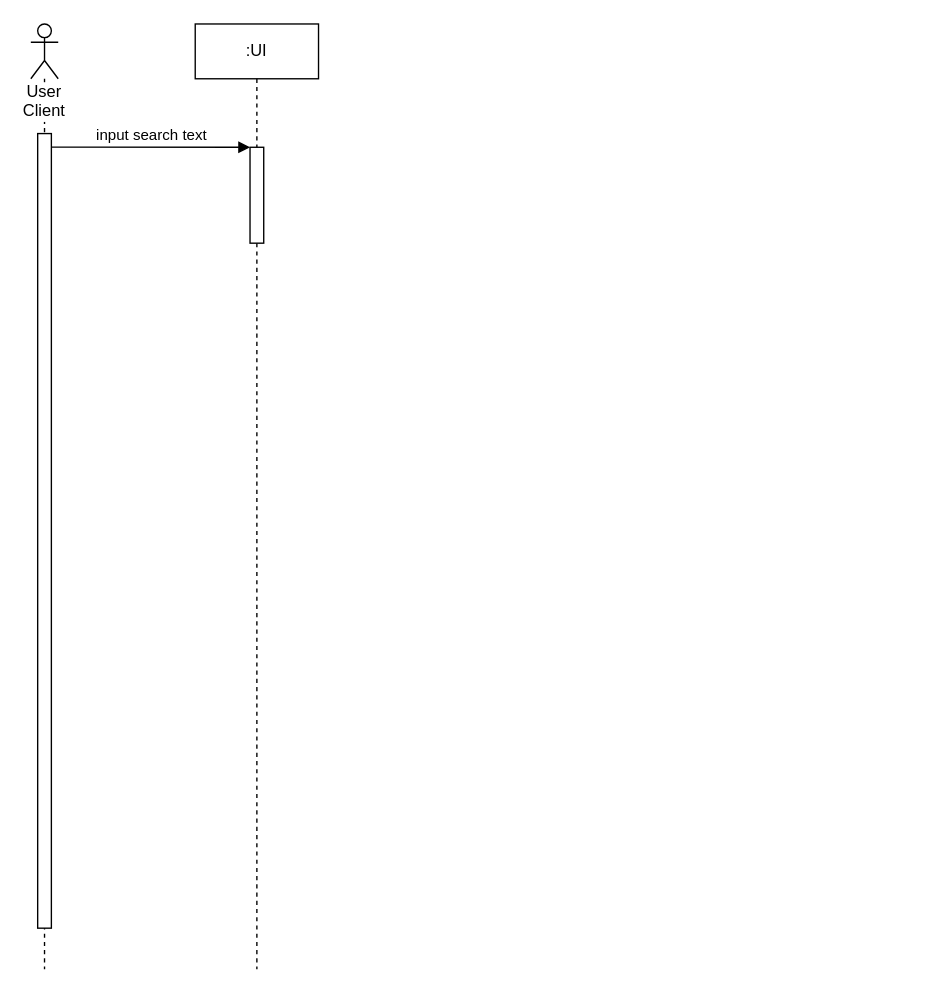
Before: cyberminer_sequence.drawio in kntnguyen94/To-Do-List-Builder, a draw.io diagram. Source tidied: cells renumbered, new cells numbered last; positions are measured from the earlier drawing's top-left corner, leaving out a move shared by most shapes. Both pictures are drawn from the tidied source at 137%, with x=0, y=0 at pixel (30, 23).
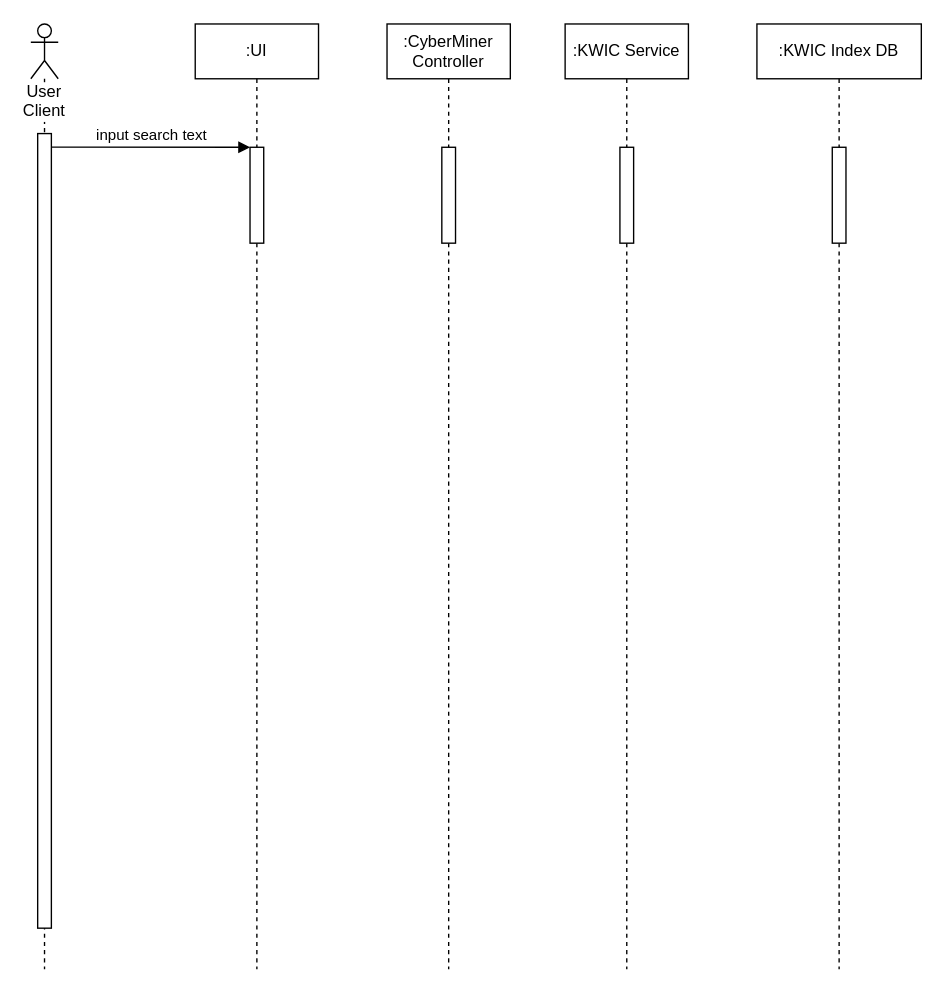
The same diagram, later.

The edit, as a diff of the source:
```diff
@@
 <mxGraphModel>
   <root>
     <mxCell id="0" />
     <mxCell id="1" parent="0" />
     <mxCell id="2" value=":UI" style="shape=umlLifeline;perimeter=lifelinePerimeter;whiteSpace=wrap;html=1;" parent="1" vertex="1">
       <mxGeometry x="120" width="90" height="690" as="geometry" />
     </mxCell>
     <mxCell id="3" style="html=1;points=[];perimeter=orthogonalPerimeter;" parent="2" vertex="1">
       <mxGeometry x="40" y="90" width="10" height="70" as="geometry" />
     </mxCell>
     <mxCell id="4" value="User Client" style="shape=umlLifeline;participant=umlActor;perimeter=lifelinePerimeter;whiteSpace=wrap;html=1;verticalAlign=top;spacingTop=36;labelBackgroundColor=#ffffff;" parent="1" vertex="1">
       <mxGeometry width="20" height="690" as="geometry" />
     </mxCell>
     <mxCell id="5" style="html=1;points=[];perimeter=orthogonalPerimeter;" parent="4" vertex="1">
       <mxGeometry x="5" y="80" width="10" height="580" as="geometry" />
     </mxCell>
     <mxCell id="6" value="input search text" style="html=1;verticalAlign=bottom;endArrow=block;exitX=1;exitY=0.017;exitDx=0;exitDy=0;exitPerimeter=0;entryX=0;entryY=0;entryDx=0;entryDy=0;entryPerimeter=0;" parent="1" edge="1" source="5" target="3">
       <mxGeometry relative="1" as="geometry" />
     </mxCell>
+    <mxCell id="7" value=":CyberMiner Controller" style="shape=umlLifeline;perimeter=lifelinePerimeter;whiteSpace=wrap;html=1;" parent="1" vertex="1">
+      <mxGeometry x="260" width="90" height="690" as="geometry" />
+    </mxCell>
+    <mxCell id="8" style="html=1;perimeter=orthogonalPerimeter;" parent="7" vertex="1">
+      <mxGeometry x="40" y="90" width="10" height="70" as="geometry" />
+    </mxCell>
+    <mxCell id="9" value=":KWIC Service" style="shape=umlLifeline;perimeter=lifelinePerimeter;whiteSpace=wrap;html=1;" parent="1" vertex="1">
+      <mxGeometry x="390" width="90" height="690" as="geometry" />
+    </mxCell>
+    <mxCell id="10" style="html=1;perimeter=orthogonalPerimeter;" parent="9" vertex="1">
+      <mxGeometry x="40" y="90" width="10" height="70" as="geometry" />
+    </mxCell>
+    <mxCell id="11" value=":KWIC Index DB" style="shape=umlLifeline;perimeter=lifelinePerimeter;whiteSpace=wrap;html=1;" parent="1" vertex="1">
+      <mxGeometry x="530" width="120" height="690" as="geometry" />
+    </mxCell>
+    <mxCell id="12" style="html=1;perimeter=orthogonalPerimeter;" parent="11" vertex="1">
+      <mxGeometry x="55" y="90" width="10" height="70" as="geometry" />
+    </mxCell>
   </root>
 </mxGraphModel>
```
